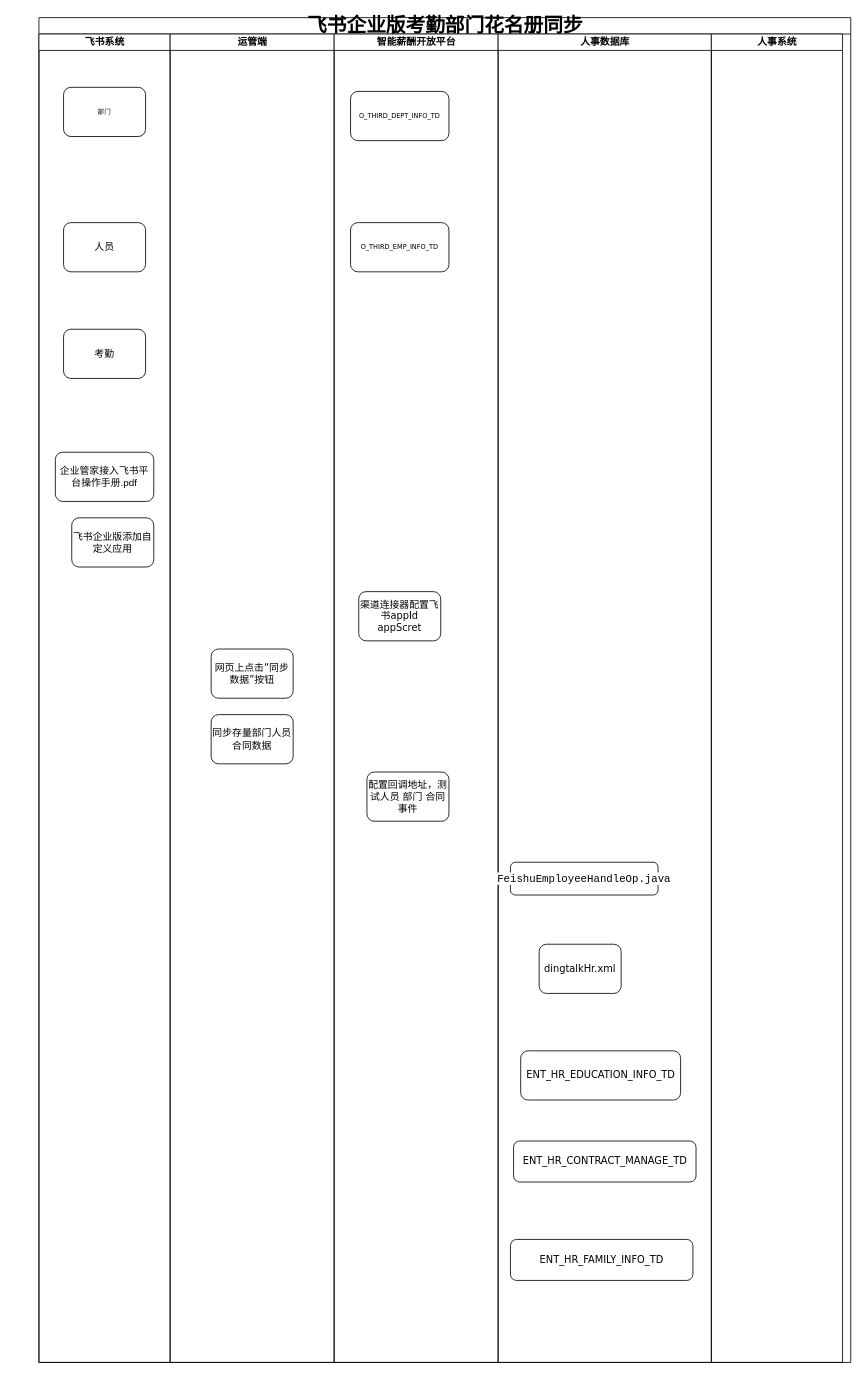
Above: 飞书企业版考勤部门花名册同步.drawio in wdidada126/langnote (draw.io), before the change. Source tidied: cells renumbered, new cells numbered last; positions are measured from the earlier drawing's top-left corner, leaving out a move shared by most shapes. Both pictures are drawn from the tidied source at 82%, with x=0, y=0 at pixel (39, 17).
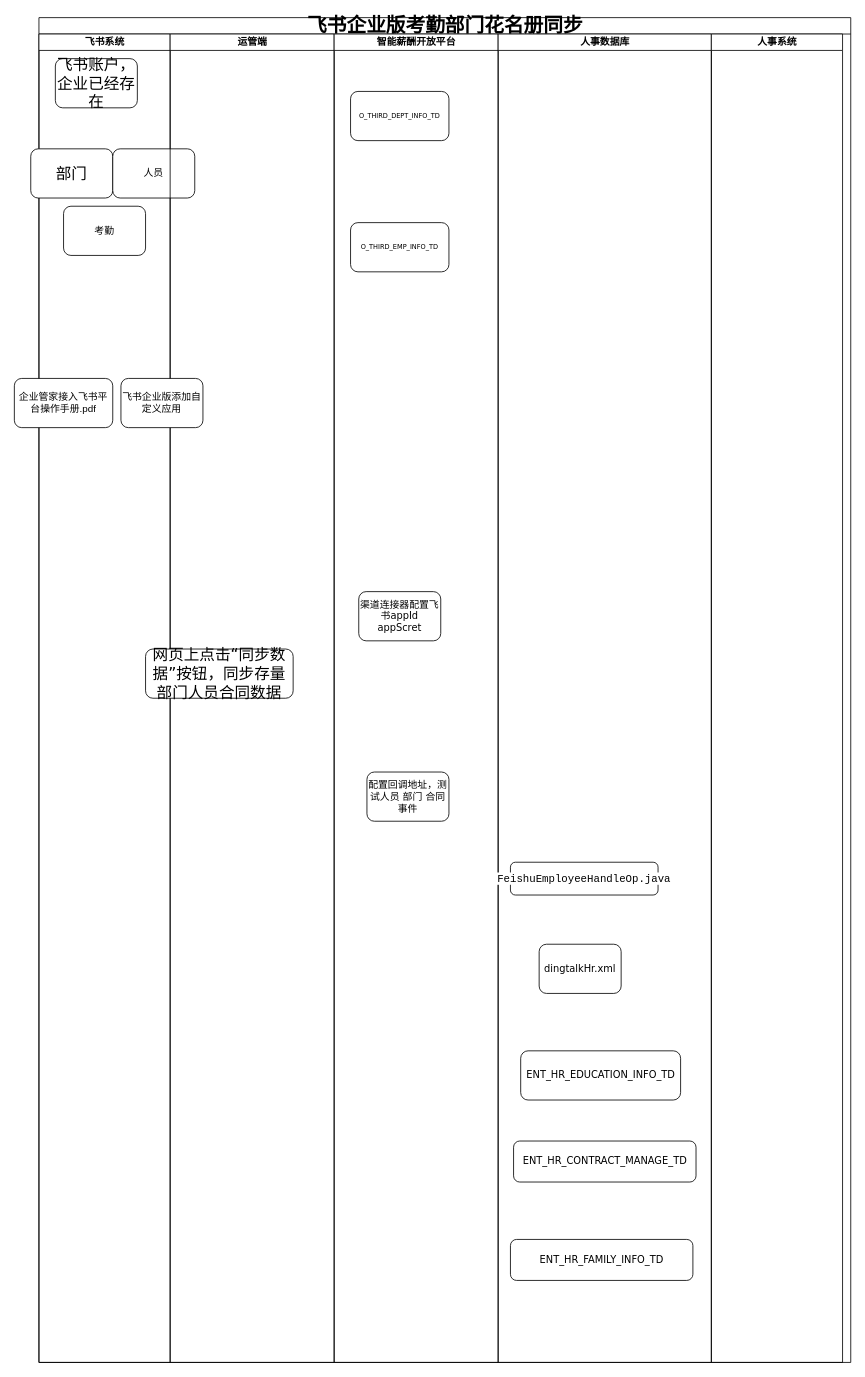
Above is the later version.

The change refers to these unchanged cells:
```xml
<mxCell id="3" value="飞书系统" style="swimlane;html=1;startSize=20;" parent="2" vertex="1">
  <mxGeometry y="20" width="160" height="1620" as="geometry" />
</mxCell>
<mxCell id="9" value="运管端" style="swimlane;html=1;startSize=20;" parent="2" vertex="1">
  <mxGeometry x="160" y="20" width="200" height="1620" as="geometry" />
</mxCell>
```

Change to the diagram source:
```diff
@@
-    <mxCell id="4" value="部门" style="rounded=1;whiteSpace=wrap;html=1;shadow=0;labelBackgroundColor=none;strokeWidth=1;fontFamily=Verdana;fontSize=8;align=center;" parent="3" vertex="1">
-      <mxGeometry x="30" y="65" width="100" height="60" as="geometry" />
+    <mxCell id="4" value="&lt;font style=&quot;font-size: 19px;&quot;&gt;部门&lt;/font&gt;" style="rounded=1;whiteSpace=wrap;html=1;shadow=0;labelBackgroundColor=none;strokeWidth=1;fontFamily=Verdana;fontSize=8;align=center;" parent="3" vertex="1">
+      <mxGeometry x="-10" y="140" width="100" height="60" as="geometry" />
     </mxCell>
     <mxCell id="5" value="&lt;font style=&quot;font-size: 12px;&quot;&gt;考勤&lt;/font&gt;" style="rounded=1;whiteSpace=wrap;html=1;shadow=0;labelBackgroundColor=none;strokeWidth=1;fontFamily=Verdana;fontSize=8;align=center;" parent="3" vertex="1">
-      <mxGeometry x="30" y="360" width="100" height="60" as="geometry" />
+      <mxGeometry x="30" y="210" width="100" height="60" as="geometry" />
     </mxCell>
     <mxCell id="6" value="&lt;font style=&quot;font-size: 12px;&quot;&gt;人员&lt;/font&gt;" style="rounded=1;whiteSpace=wrap;html=1;shadow=0;labelBackgroundColor=none;strokeWidth=1;fontFamily=Verdana;fontSize=8;align=center;" parent="3" vertex="1">
-      <mxGeometry x="30" y="230" width="100" height="60" as="geometry" />
+      <mxGeometry x="90" y="140" width="100" height="60" as="geometry" />
     </mxCell>
-    <mxCell id="7" value="&lt;span style=&quot;font-size: 12px;&quot;&gt;飞书企业版添加自定义应用&lt;/span&gt;" style="rounded=1;whiteSpace=wrap;html=1;shadow=0;labelBackgroundColor=none;strokeWidth=1;fontFamily=Verdana;fontSize=8;align=center;" parent="3" vertex="1">
-      <mxGeometry x="40" y="590" width="100" height="60" as="geometry" />
-    </mxCell>
     <mxCell id="8" value="企业管家接入飞书平台操作手册.pdf" style="rounded=1;whiteSpace=wrap;html=1;" parent="3" vertex="1">
-      <mxGeometry x="20" y="510" width="120" height="60" as="geometry" />
+      <mxGeometry x="-30" y="420" width="120" height="60" as="geometry" />
     </mxCell>
+    <mxCell id="24" value="&lt;font style=&quot;font-size: 19px;&quot;&gt;飞书账户，企业已经存在&lt;/font&gt;" style="rounded=1;whiteSpace=wrap;html=1;shadow=0;labelBackgroundColor=none;strokeWidth=1;fontFamily=Verdana;fontSize=8;align=center;" parent="3" vertex="1">
+      <mxGeometry x="20" y="30" width="100" height="60" as="geometry" />
+    </mxCell>
@@
-    <mxCell id="10" value="&lt;span style=&quot;font-size: 12px;&quot;&gt;网页上点击“同步数据”按钮&lt;/span&gt;" style="rounded=1;whiteSpace=wrap;html=1;shadow=0;labelBackgroundColor=none;strokeWidth=1;fontFamily=Verdana;fontSize=8;align=center;" parent="9" vertex="1">
-      <mxGeometry x="50" y="750" width="100" height="60" as="geometry" />
+    <mxCell id="10" value="&lt;font style=&quot;font-size: 19px;&quot;&gt;网页上点击“同步数据”按钮，同步存量部门人员合同数据&lt;/font&gt;" style="rounded=1;whiteSpace=wrap;html=1;shadow=0;labelBackgroundColor=none;strokeWidth=1;fontFamily=Verdana;fontSize=8;align=center;" parent="9" vertex="1">
+      <mxGeometry x="-30" y="750" width="180" height="60" as="geometry" />
     </mxCell>
-    <mxCell id="11" value="&lt;span style=&quot;font-size: 12px;&quot;&gt;同步存量部门人员合同数据&lt;/span&gt;" style="rounded=1;whiteSpace=wrap;html=1;shadow=0;labelBackgroundColor=none;strokeWidth=1;fontFamily=Verdana;fontSize=8;align=center;" parent="9" vertex="1">
-      <mxGeometry x="50" y="830" width="100" height="60" as="geometry" />
-    </mxCell>
+    <mxCell id="7" value="&lt;span style=&quot;font-size: 12px;&quot;&gt;飞书企业版添加自定义应用&lt;/span&gt;" style="rounded=1;whiteSpace=wrap;html=1;shadow=0;labelBackgroundColor=none;strokeWidth=1;fontFamily=Verdana;fontSize=8;align=center;" parent="9" vertex="1">
+      <mxGeometry x="-60" y="420" width="100" height="60" as="geometry" />
+    </mxCell>
```
